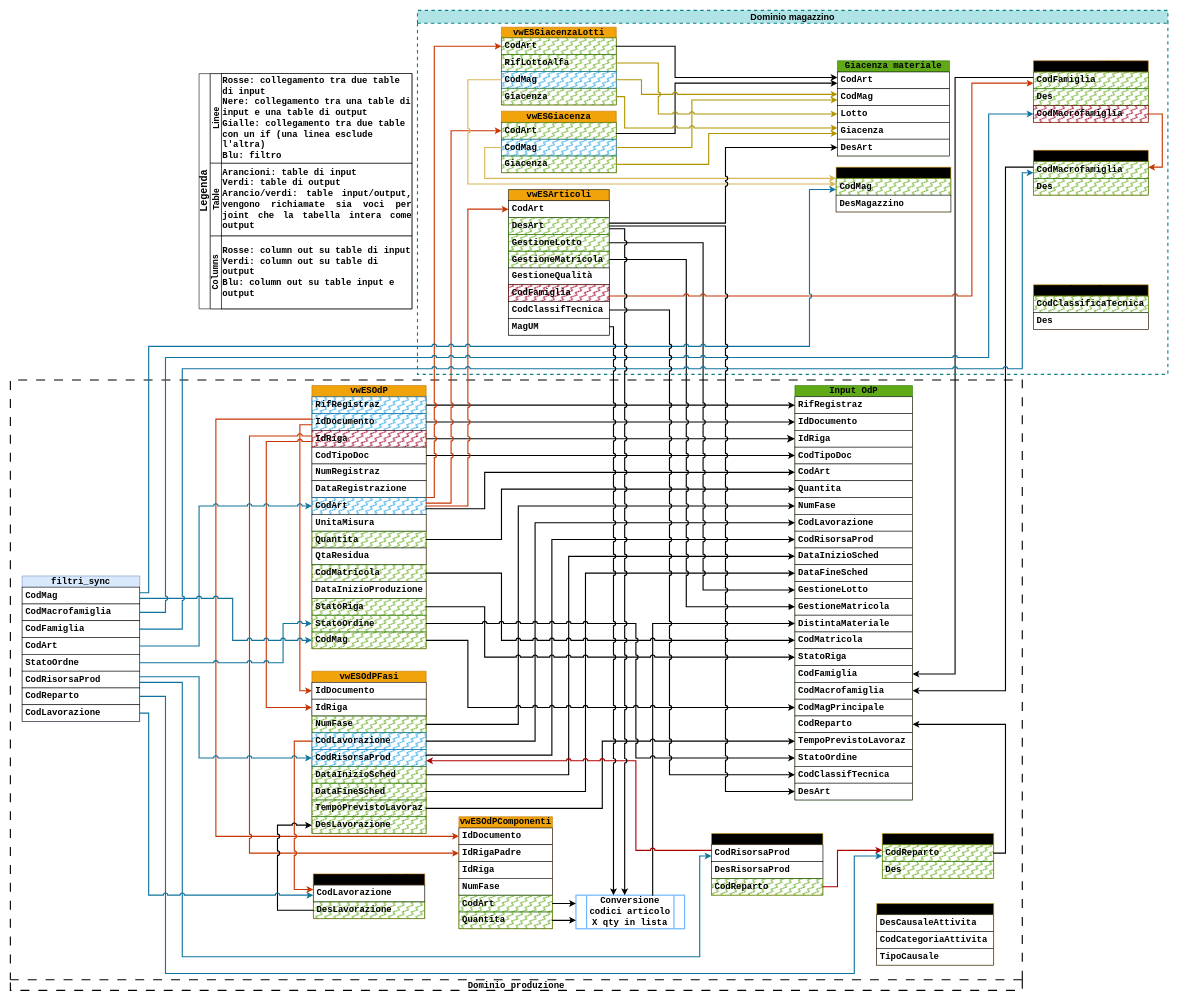
Before: page "Schema dati input" (1 of 5) of documenti/flusso informativo.drawio in GiorgioAlessandria/Avanzamenti_produzione, a draw.io diagram. Source tidied: cells renumbered, new cells numbered last; positions are measured from the earlier drawing's top-left corner, leaving out a move shared by most shapes. Both pictures are drawn from the tidied source at 56%, with x=0, y=0 at pixel (10, 10).
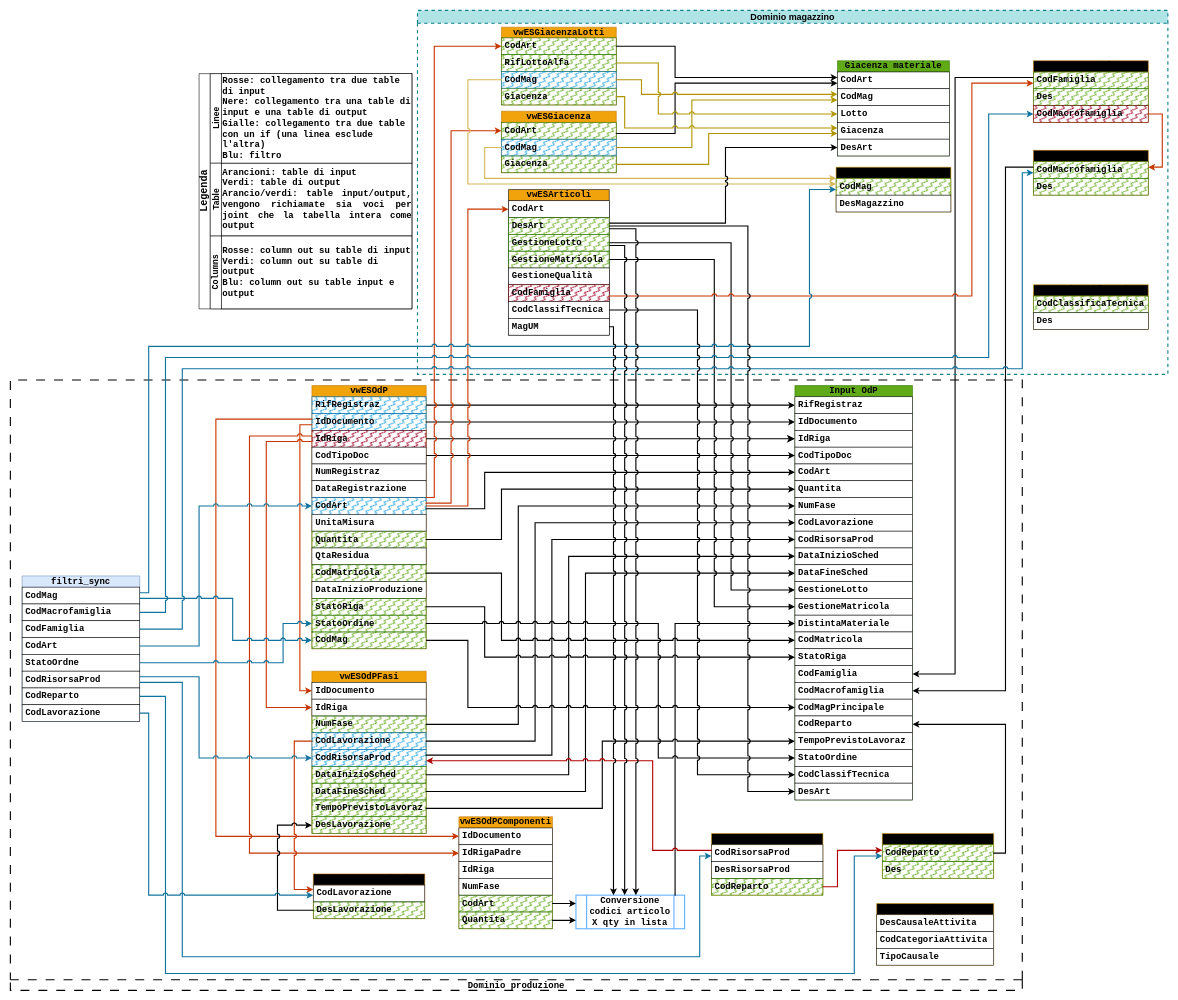
After the change.

Unchanged cells that the change refers to:
```xml
<mxCell id="2" value="&lt;font face=&quot;Courier New&quot;&gt;Dominio produzione&lt;/font&gt;" style="swimlane;whiteSpace=wrap;html=1;dashed=1;strokeWidth=2;dashPattern=8 8;fontSize=16;direction=west;startSize=19;" parent="1" vertex="1">
  <mxGeometry y="660" width="1807" height="1090" as="geometry" />
</mxCell>
<mxCell id="7" value="&lt;div style=&quot;text-align: justify;&quot;&gt;&lt;font&gt;CodRisorsaProd&lt;/font&gt;&lt;/div&gt;" style="text;align=left;verticalAlign=middle;spacingLeft=4;spacingRight=4;overflow=hidden;points=[[0,0.5],[1,0.5]];portConstraint=eastwest;whiteSpace=wrap;html=1;rounded=0;fillStyle=auto;fontFamily=Courier New;fontStyle=1;fontSize=16;fillColor=default;strokeColor=default;" parent="6" vertex="1">
  <mxGeometry y="20" width="199" height="30" as="geometry" />
</mxCell>
<mxCell id="11" value="&lt;font&gt;Conversione codici articolo X qty in lista&lt;/font&gt;" style="shape=process;whiteSpace=wrap;html=1;backgroundOutline=1;gradientColor=none;strokeColor=#66B2FF;fontColor=#000000;fontSize=16;fontStyle=1;fontFamily=Courier New;strokeWidth=2;" parent="2" vertex="1">
  <mxGeometry x="1010" y="920" width="194" height="60" as="geometry" />
</mxCell>
<mxCell id="26" value="&lt;div style=&quot;text-align: justify;&quot;&gt;&lt;font&gt;CodRisorsaProd&lt;/font&gt;&lt;/div&gt;" style="text;strokeColor=#006EAF;fillColor=#1ba1e2;align=left;verticalAlign=middle;spacingLeft=4;spacingRight=4;overflow=hidden;points=[[0,0.5],[1,0.5]];portConstraint=eastwest;whiteSpace=wrap;html=1;rounded=0;fillStyle=zigzag-line;fontColor=#000000;fontStyle=1;fontFamily=Courier New;fontSize=16;" parent="21" vertex="1">
  <mxGeometry y="140" width="204" height="30" as="geometry" />
</mxCell>
<mxCell id="45" value="&lt;div style=&quot;text-align: justify;&quot;&gt;&lt;font&gt;StatoOrdine&lt;/font&gt;&lt;/div&gt;" style="text;strokeColor=#2D7600;fillColor=#60a917;align=left;verticalAlign=middle;spacingLeft=4;spacingRight=4;overflow=hidden;points=[[0,0.5],[1,0.5]];portConstraint=eastwest;whiteSpace=wrap;html=1;rounded=0;fontColor=#000000;fillStyle=zigzag-line;fontFamily=Courier New;fontSize=16;fontStyle=1;" parent="31" vertex="1">
  <mxGeometry y="410" width="204" height="30" as="geometry" />
</mxCell>
<mxCell id="67" value="&lt;div style=&quot;text-align: center;&quot;&gt;&lt;span&gt;GestioneLotto&lt;/span&gt;&lt;/div&gt;" style="text;align=left;verticalAlign=middle;spacingLeft=4;spacingRight=4;overflow=hidden;points=[[0,0.5],[1,0.5]];portConstraint=eastwest;whiteSpace=wrap;html=1;rounded=0;fillColor=default;strokeColor=default;fontFamily=Courier New;fontSize=16;fontStyle=1;" parent="55" vertex="1">
  <mxGeometry y="350" width="210" height="30" as="geometry" />
</mxCell>
<mxCell id="68" value="&lt;div style=&quot;text-align: justify;&quot;&gt;&lt;span style=&quot;text-align: center;&quot;&gt;GestioneMatricola&lt;/span&gt;&lt;/div&gt;" style="text;align=left;verticalAlign=middle;spacingLeft=4;spacingRight=4;overflow=hidden;points=[[0,0.5],[1,0.5]];portConstraint=eastwest;whiteSpace=wrap;html=1;rounded=0;fillColor=default;strokeColor=default;fontFamily=Courier New;fontSize=16;fontStyle=1;" parent="55" vertex="1">
  <mxGeometry y="380" width="210" height="30" as="geometry" />
</mxCell>
<mxCell id="69" value="&lt;div style=&quot;text-align: center;&quot;&gt;&lt;span style=&quot;background-color: transparent;&quot;&gt;DistintaMateriale&lt;/span&gt;&lt;/div&gt;" style="text;align=left;verticalAlign=middle;spacingLeft=4;spacingRight=4;overflow=hidden;points=[[0,0.5],[1,0.5]];portConstraint=eastwest;whiteSpace=wrap;html=1;rounded=0;fillColor=default;strokeColor=default;fontFamily=Courier New;fontSize=16;fontStyle=1;" parent="55" vertex="1">
  <mxGeometry y="410" width="210" height="30" as="geometry" />
</mxCell>
<mxCell id="77" value="&lt;div style=&quot;text-align: justify;&quot;&gt;&lt;font&gt;StatoOrdine&lt;/font&gt;&lt;/div&gt;" style="text;strokeColor=default;fillColor=default;align=left;verticalAlign=middle;spacingLeft=4;spacingRight=4;overflow=hidden;points=[[0,0.5],[1,0.5]];portConstraint=eastwest;whiteSpace=wrap;html=1;rounded=0;fontColor=#000000;fontFamily=Courier New;fontSize=16;fontStyle=1;" parent="55" vertex="1">
  <mxGeometry y="650" width="210" height="30" as="geometry" />
</mxCell>
<mxCell id="78" value="&lt;div style=&quot;text-align: justify;&quot;&gt;CodClassifTecnica&lt;/div&gt;" style="text;align=left;verticalAlign=middle;spacingLeft=4;spacingRight=4;overflow=hidden;points=[[0,0.5],[1,0.5]];portConstraint=eastwest;whiteSpace=wrap;html=1;rounded=0;fontSize=16;fontFamily=Courier New;fontStyle=1;fillColor=default;strokeColor=default;" parent="55" vertex="1">
  <mxGeometry y="680" width="210" height="30" as="geometry" />
</mxCell>
<mxCell id="79" value="&lt;div style=&quot;text-align: justify;&quot;&gt;&lt;font&gt;DesArt&lt;/font&gt;&lt;/div&gt;" style="text;strokeColor=#000000;fillColor=default;align=left;verticalAlign=middle;spacingLeft=4;spacingRight=4;overflow=hidden;points=[[0,0.5],[1,0.5]];portConstraint=eastwest;whiteSpace=wrap;html=1;rounded=0;fontColor=#000000;fillStyle=solid;fontSize=16;fontFamily=Courier New;fontStyle=1;gradientColor=none;" parent="55" vertex="1">
  <mxGeometry y="710" width="210" height="30" as="geometry" />
</mxCell>
<mxCell id="147" value="&lt;div style=&quot;text-align: justify;&quot;&gt;&lt;font&gt;DesArt&lt;/font&gt;&lt;/div&gt;" style="text;strokeColor=#2D7600;fillColor=#60a917;align=left;verticalAlign=middle;spacingLeft=4;spacingRight=4;overflow=hidden;points=[[0,0.5],[1,0.5]];portConstraint=eastwest;whiteSpace=wrap;html=1;rounded=0;fontColor=#000000;fillStyle=zigzag-line;fontSize=16;fontFamily=Courier New;fontStyle=1;" parent="144" vertex="1">
  <mxGeometry y="50" width="180" height="30" as="geometry" />
</mxCell>
<mxCell id="148" value="&lt;div style=&quot;text-align: justify;&quot;&gt;&lt;font&gt;GestioneLotto&lt;/font&gt;&lt;/div&gt;" style="text;strokeColor=#2D7600;fillColor=#60a917;align=left;verticalAlign=middle;spacingLeft=4;spacingRight=4;overflow=hidden;points=[[0,0.5],[1,0.5]];portConstraint=eastwest;whiteSpace=wrap;html=1;rounded=0;fontColor=#000000;fillStyle=zigzag-line;fontSize=16;fontFamily=Courier New;fontStyle=1;" parent="144" vertex="1">
  <mxGeometry y="80" width="180" height="30" as="geometry" />
</mxCell>
<mxCell id="149" value="&lt;div style=&quot;text-align: justify;&quot;&gt;&lt;span style=&quot;background-color: transparent;&quot;&gt;&lt;font&gt;GestioneMatricola&lt;/font&gt;&lt;/span&gt;&lt;/div&gt;" style="text;strokeColor=#2D7600;fillColor=#60a917;align=left;verticalAlign=middle;spacingLeft=4;spacingRight=4;overflow=hidden;points=[[0,0.5],[1,0.5]];portConstraint=eastwest;whiteSpace=wrap;html=1;rounded=0;fontColor=#000000;fillStyle=zigzag-line;fontSize=16;fontFamily=Courier New;fontStyle=1;" parent="144" vertex="1">
  <mxGeometry y="110" width="180" height="30" as="geometry" />
</mxCell>
<mxCell id="152" value="&lt;div style=&quot;text-align: justify;&quot;&gt;CodClassifTecnica&lt;/div&gt;" style="text;align=left;verticalAlign=middle;spacingLeft=4;spacingRight=4;overflow=hidden;points=[[0,0.5],[1,0.5]];portConstraint=eastwest;whiteSpace=wrap;html=1;rounded=0;fontSize=16;fontFamily=Courier New;fontStyle=1;fillColor=default;strokeColor=default;" parent="144" vertex="1">
  <mxGeometry y="200" width="180" height="30" as="geometry" />
</mxCell>
```

The edit, as a diff of the source:
```diff
@@
     <mxCell id="88" style="edgeStyle=orthogonalEdgeStyle;rounded=0;jettySize=auto;html=1;fontColor=#000000;jumpStyle=arc;jumpSize=6;strokeColor=default;align=center;verticalAlign=middle;fontFamily=Helvetica;fontSize=11;labelBackgroundColor=default;endArrow=classic;flowAnimation=0;enumerate=0;comic=0;linejoin=arcs;linecap=round;startFillColor=#000000;strokeWidth=2;" parent="2" edge="1" source="11" target="69">
       <mxGeometry relative="1" as="geometry">
         <Array as="points">
-          <mxPoint x="1147" y="435" />
+          <mxPoint x="1187" y="435" />
         </Array>
       </mxGeometry>
     </mxCell>
@@
     <mxCell id="93" style="edgeStyle=orthogonalEdgeStyle;rounded=0;jettySize=auto;html=1;jumpStyle=arc;jumpSize=6;enumerate=0;comic=0;linejoin=arcs;linecap=round;startFillColor=#000000;orthogonal=1;fixDash=0;snapToPoint=0;perimeterSpacing=0;fillOpacity=100;strokeOpacity=100;strokeWidth=2;" parent="2" edge="1" source="45" target="77">
       <mxGeometry relative="1" as="geometry">
         <Array as="points">
-          <mxPoint x="1117" y="435" />
-          <mxPoint x="1117" y="675" />
+          <mxPoint x="1157" y="435" />
+          <mxPoint x="1157" y="675" />
         </Array>
       </mxGeometry>
     </mxCell>
@@
     <mxCell id="99" style="edgeStyle=orthogonalEdgeStyle;rounded=0;jettySize=auto;html=1;fillColor=#e51400;strokeColor=#B20000;jumpStyle=arc;jumpSize=6;fontColor=#000000;flowAnimation=0;enumerate=0;comic=0;linejoin=arcs;linecap=round;startFillColor=#000000;strokeWidth=2;" parent="2" edge="1" source="7" target="26">
       <mxGeometry relative="1" as="geometry">
         <Array as="points">
-          <mxPoint x="1117" y="840" />
-          <mxPoint x="1117" y="680" />
+          <mxPoint x="1147" y="840" />
+          <mxPoint x="1147" y="680" />
         </Array>
       </mxGeometry>
     </mxCell>
@@
     <mxCell id="121" style="edgeStyle=orthogonalEdgeStyle;rounded=0;jettySize=auto;html=1;jumpStyle=arc;jumpSize=6;fontColor=#000000;enumerate=0;comic=0;linejoin=arcs;linecap=round;startFillColor=#000000;strokeWidth=2;" parent="1" edge="1" source="148" target="67">
       <mxGeometry relative="1" as="geometry">
         <Array as="points">
-          <mxPoint x="1237" y="415" />
-          <mxPoint x="1237" y="1035" />
+          <mxPoint x="1287" y="415" />
+          <mxPoint x="1287" y="1035" />
         </Array>
       </mxGeometry>
     </mxCell>
     <mxCell id="122" style="edgeStyle=orthogonalEdgeStyle;rounded=0;jettySize=auto;html=1;jumpStyle=arc;jumpSize=6;fontColor=#000000;endArrow=block;endFill=1;enumerate=0;comic=0;linejoin=arcs;linecap=round;startFillColor=#000000;strokeWidth=2;" parent="1" edge="1" source="149" target="68">
       <mxGeometry relative="1" as="geometry">
         <Array as="points">
-          <mxPoint x="1207" y="445" />
-          <mxPoint x="1207" y="1065" />
+          <mxPoint x="1257" y="445" />
+          <mxPoint x="1257" y="1065" />
         </Array>
       </mxGeometry>
     </mxCell>
@@
     <mxCell id="188" style="edgeStyle=orthogonalEdgeStyle;rounded=0;jettySize=auto;html=1;strokeWidth=2;jumpStyle=arc;" parent="1" edge="1" source="152" target="78">
       <mxGeometry relative="1" as="geometry">
         <Array as="points">
-          <mxPoint x="1177" y="535" />
-          <mxPoint x="1177" y="1365" />
+          <mxPoint x="1227" y="535" />
+          <mxPoint x="1227" y="1365" />
         </Array>
       </mxGeometry>
     </mxCell>
     <mxCell id="189" style="edgeStyle=orthogonalEdgeStyle;rounded=0;jettySize=auto;html=1;strokeWidth=2;jumpStyle=arc;" parent="1" edge="1" source="147" target="79">
       <mxGeometry relative="1" as="geometry">
         <Array as="points">
-          <mxPoint x="1277" y="385" />
-          <mxPoint x="1277" y="1395" />
+          <mxPoint x="1317" y="385" />
+          <mxPoint x="1317" y="1395" />
         </Array>
       </mxGeometry>
     </mxCell>
     <mxCell id="190" style="edgeStyle=orthogonalEdgeStyle;rounded=0;jettySize=auto;html=1;jumpStyle=arc;strokeWidth=2;" parent="1" edge="1" source="147" target="11">
       <mxGeometry relative="1" as="geometry">
         <Array as="points">
-          <mxPoint x="1097" y="390" />
+          <mxPoint x="1117" y="390" />
         </Array>
       </mxGeometry>
     </mxCell>
@@
+    <mxCell id="192" style="edgeStyle=orthogonalEdgeStyle;rounded=0;jettySize=auto;html=1;strokeWidth=2;jumpStyle=arc;" parent="1" edge="1" source="148" target="11">
+      <mxGeometry relative="1" as="geometry">
+        <Array as="points">
+          <mxPoint x="1097" y="420" />
+        </Array>
+      </mxGeometry>
+    </mxCell>
```
